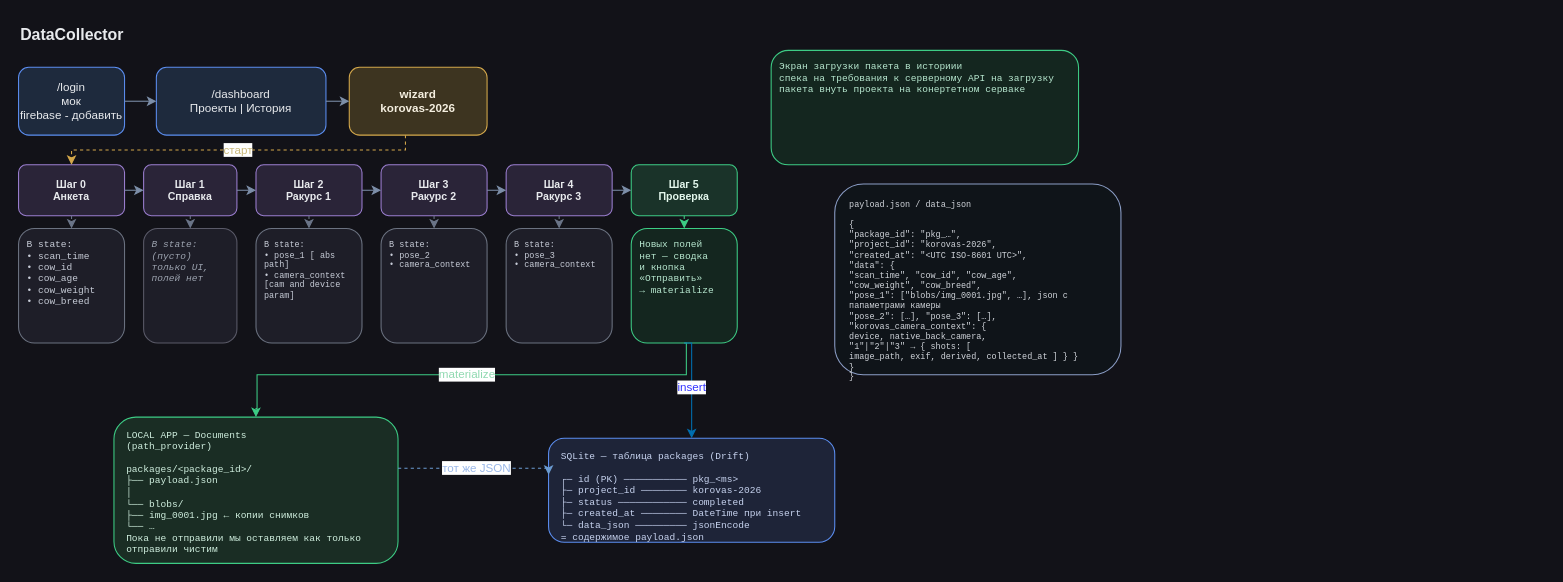
The draw.io diagram specs/korovas/v0_shema.drawio in epoch8/data-collector, before the edit. Source tidied: cells renumbered, new cells numbered last; positions are measured from the earlier drawing's top-left corner, leaving out a move shared by most shapes. Both pictures are drawn from the tidied source at 106%, with x=0, y=0 at pixel (18, 18).
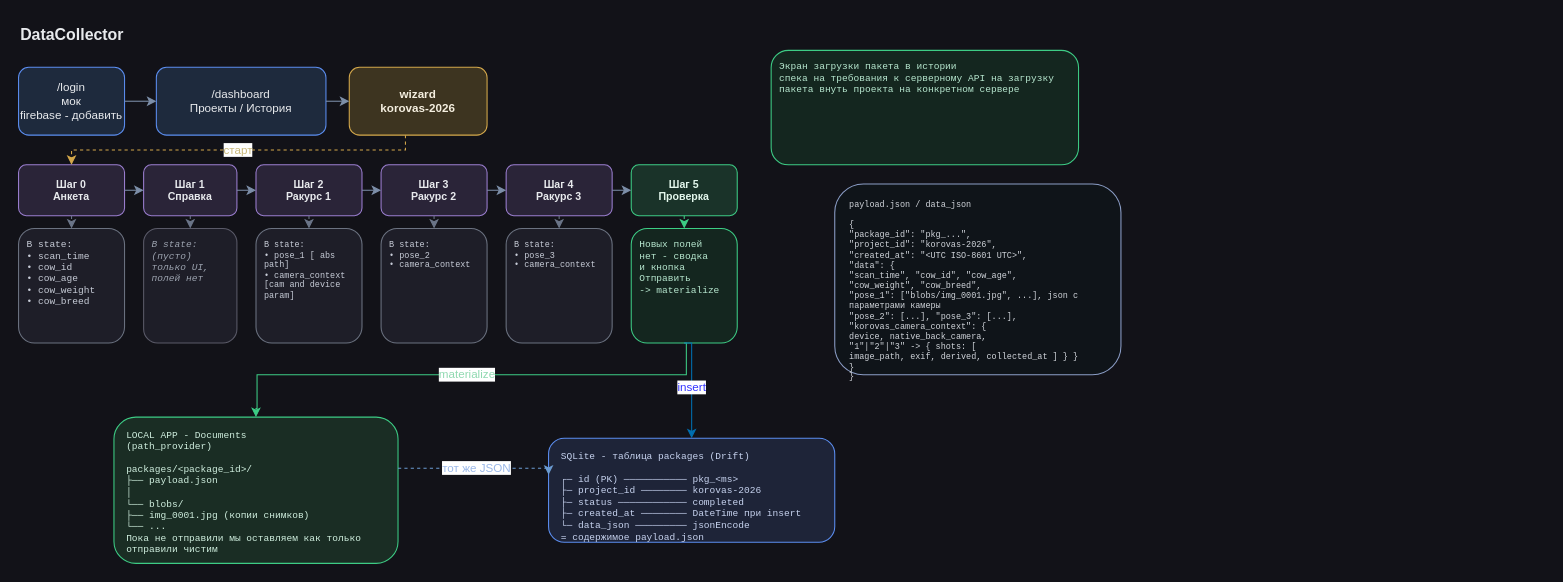
After the change.

Commit message (it also covers changes not shown here):
app v1 scheme

The edit, as a diff of the source:
```diff
@@
-    <mxCell id="4" value="/dashboard&#10;Проекты | История" style="rounded=1;whiteSpace=wrap;html=1;fillColor=#1e2a3d;strokeColor=#5B8DEF;fontColor=#E8EAED;fontSize=11;" parent="1" vertex="1">
+    <mxCell id="4" value="/dashboard&#10;Проекты / История" style="rounded=1;whiteSpace=wrap;html=1;fillColor=#1e2a3d;strokeColor=#5B8DEF;fontColor=#E8EAED;fontSize=11;" parent="1" vertex="1">
       <mxGeometry x="130" y="46" width="160" height="64" as="geometry" />
     </mxCell>
@@
-    <mxCell id="25" value="Новых полей&#10;нет — сводка&#10;и кнопка&#10;«Отправить»&#10;→ materialize" style="rounded=1;whiteSpace=wrap;html=1;align=left;verticalAlign=top;spacingLeft=6;spacingTop=4;fillColor=#14261f;strokeColor=#3DCC85;fontSize=9;fontColor=#B8E8D0;fontFamily=Courier New;" parent="1" vertex="1">
+    <mxCell id="25" value="Новых полей&#10;нет - сводка&#10;и кнопка&#10;Отправить&#10;-&gt; materialize" style="rounded=1;whiteSpace=wrap;html=1;align=left;verticalAlign=top;spacingLeft=6;spacingTop=4;fillColor=#14261f;strokeColor=#3DCC85;fontSize=9;fontColor=#B8E8D0;fontFamily=Courier New;" parent="1" vertex="1">
       <mxGeometry x="578" y="198" width="100" height="108" as="geometry" />
     </mxCell>
@@
-    <mxCell id="32" value="LOCAL APP — Documents&lt;br&gt;(path_provider)&lt;br&gt;&lt;br&gt;packages/&amp;lt;package_id&amp;gt;/&lt;br&gt;├── payload.json&lt;br&gt;│&amp;nbsp;&lt;br&gt;└── blobs/&lt;br&gt;      ├── img_0001.jpg  ← копии снимков&lt;br&gt;      └── …&lt;br&gt;Пока не отправили мы оставляем как только отправили чистим" style="rounded=1;whiteSpace=wrap;html=1;align=left;verticalAlign=top;spacingLeft=10;spacingTop=6;fillColor=#1a2d24;strokeColor=#3DCC85;fontSize=9;fontColor=#D1F0E0;fontFamily=Courier New;" parent="1" vertex="1">
+    <mxCell id="32" value="LOCAL APP - Documents&lt;br&gt;(path_provider)&lt;br&gt;&lt;br&gt;packages/&amp;lt;package_id&amp;gt;/&lt;br&gt;├── payload.json&lt;br&gt;│&amp;nbsp;&lt;br&gt;└── blobs/&lt;br&gt;      ├── img_0001.jpg (копии снимков)&lt;br&gt;      └── ...&lt;br&gt;Пока не отправили мы оставляем как только отправили чистим" style="rounded=1;whiteSpace=wrap;html=1;align=left;verticalAlign=top;spacingLeft=10;spacingTop=6;fillColor=#1a2d24;strokeColor=#3DCC85;fontSize=9;fontColor=#D1F0E0;fontFamily=Courier New;" parent="1" vertex="1">
       <mxGeometry x="90" y="376" width="268" height="138" as="geometry" />
     </mxCell>
-    <mxCell id="33" value="SQLite — таблица packages (Drift)&lt;br&gt;&lt;br&gt;┌─ id (PK) ─────────── pkg_&amp;lt;ms&amp;gt;&lt;br&gt;├─ project_id ──────── korovas-2026&lt;br&gt;├─ status ──────────── completed&lt;br&gt;├─ created_at ──────── DateTime при insert&lt;br&gt;└─ data_json ─────────&amp;nbsp;jsonEncode&lt;br&gt;       = содержимое payload.json" style="rounded=1;whiteSpace=wrap;html=1;align=left;verticalAlign=top;spacingLeft=10;spacingTop=6;fillColor=#1e2438;strokeColor=#5B8DEF;fontSize=9;fontColor=#C8D4F0;fontFamily=Courier New;" parent="1" vertex="1">
+    <mxCell id="33" value="SQLite - таблица packages (Drift)&lt;br&gt;&lt;br&gt;┌─ id (PK) ─────────── pkg_&amp;lt;ms&amp;gt;&lt;br&gt;├─ project_id ──────── korovas-2026&lt;br&gt;├─ status ──────────── completed&lt;br&gt;├─ created_at ──────── DateTime при insert&lt;br&gt;└─ data_json ─────────&amp;nbsp;jsonEncode&lt;br&gt;       = содержимое payload.json" style="rounded=1;whiteSpace=wrap;html=1;align=left;verticalAlign=top;spacingLeft=10;spacingTop=6;fillColor=#1e2438;strokeColor=#5B8DEF;fontSize=9;fontColor=#C8D4F0;fontFamily=Courier New;" parent="1" vertex="1">
       <mxGeometry x="500" y="396" width="270" height="98" as="geometry" />
     </mxCell>
-    <mxCell id="34" value="payload.json / data_json&amp;nbsp;&lt;br&gt;&lt;br&gt;{&lt;br&gt;  &quot;package_id&quot;: &quot;pkg_…&quot;,&lt;br&gt;  &quot;project_id&quot;: &quot;korovas-2026&quot;,&lt;br&gt;  &quot;created_at&quot;: &quot;&amp;lt;UTC ISO-8601 UTC&amp;gt;&quot;,&lt;br&gt;  &quot;data&quot;: {&lt;br&gt;    &quot;scan_time&quot;, &quot;cow_id&quot;, &quot;cow_age&quot;,&lt;br&gt;    &quot;cow_weight&quot;, &quot;cow_breed&quot;,&lt;br&gt;    &quot;pose_1&quot;: [&quot;blobs/img_0001.jpg&quot;, …], json c папаметрами камеры&amp;nbsp;&lt;br&gt;    &quot;pose_2&quot;: […], &quot;pose_3&quot;: […],&lt;br&gt;    &quot;korovas_camera_context&quot;: {&lt;br&gt;      device, native_back_camera,&lt;br&gt;      &quot;1&quot;|&quot;2&quot;|&quot;3&quot; → { shots: [&lt;br&gt;        image_path, exif, derived, collected_at ] } }&lt;br&gt;  }&lt;br&gt;}" style="rounded=1;whiteSpace=wrap;html=1;align=left;verticalAlign=top;spacingLeft=12;spacingTop=8;fillColor=#0f1419;strokeColor=#8B9DC6;fontSize=8;fontColor=#D1D5DB;fontFamily=Courier New;" parent="1" vertex="1">
+    <mxCell id="34" value="payload.json / data_json&amp;nbsp;&lt;br&gt;&lt;br&gt;{&lt;br&gt;  &quot;package_id&quot;: &quot;pkg_...&quot;,&lt;br&gt;  &quot;project_id&quot;: &quot;korovas-2026&quot;,&lt;br&gt;  &quot;created_at&quot;: &quot;&amp;lt;UTC ISO-8601 UTC&amp;gt;&quot;,&lt;br&gt;  &quot;data&quot;: {&lt;br&gt;    &quot;scan_time&quot;, &quot;cow_id&quot;, &quot;cow_age&quot;,&lt;br&gt;    &quot;cow_weight&quot;, &quot;cow_breed&quot;,&lt;br&gt;    &quot;pose_1&quot;: [&quot;blobs/img_0001.jpg&quot;, ...], json c параметрами камеры&amp;nbsp;&lt;br&gt;    &quot;pose_2&quot;: [...], &quot;pose_3&quot;: [...],&lt;br&gt;    &quot;korovas_camera_context&quot;: {&lt;br&gt;      device, native_back_camera,&lt;br&gt;      &quot;1&quot;|&quot;2&quot;|&quot;3&quot; -&gt; { shots: [&lt;br&gt;        image_path, exif, derived, collected_at ] } }&lt;br&gt;  }&lt;br&gt;}" style="rounded=1;whiteSpace=wrap;html=1;align=left;verticalAlign=top;spacingLeft=12;spacingTop=8;fillColor=#0f1419;strokeColor=#8B9DC6;fontSize=8;fontColor=#D1D5DB;fontFamily=Courier New;" parent="1" vertex="1">
       <mxGeometry x="770" y="156" width="270" height="180" as="geometry" />
     </mxCell>
@@
-    <mxCell id="37" value="&lt;font color=&quot;#3333ff&quot;&gt;insert&lt;/font&gt;" style="edgeStyle=orthogonalEdgeStyle;rounded=0;html=1;strokeColor=#006EAF;fontColor=#8FD9B0;endArrow=classic;exitX=0.5;exitY=1;entryX=0.5;entryY=0;exitDx=0;exitDy=0;entryDx=0;entryDy=0;fillColor=#1ba1e2;" parent="1" edge="1" source="25" target="33">
+    <mxCell id="37" value="&lt;font color=&quot;#3333ff&quot;&gt;insert&lt;/font&gt;" style="edgeStyle=orthogonalEdgeStyle;rounded=0;html=1;strokeColor=#006EAF;fontColor=#8FD9B0;endArrow=classic;exitX=0.5;exitY=1;entryX=0.5;entryY=0;exitDx=0;exitDy=0;entryDx=0;entryDy=0;" parent="1" edge="1" source="25" target="33">
       <mxGeometry relative="1" as="geometry">
         <Array as="points">
           <mxPoint x="635" y="306" />
+          <mxPoint x="635" y="386" />
+          <mxPoint x="635" y="445" />
         </Array>
       </mxGeometry>
     </mxCell>
-    <mxCell id="38" value="Экран загрузки пакета в историии&lt;br&gt;спека на требования к серверному API на загрузку пакета внуть проекта на конертетном серваке&lt;br&gt;" style="rounded=1;whiteSpace=wrap;html=1;align=left;verticalAlign=top;spacingLeft=6;spacingTop=4;fillColor=#14261f;strokeColor=#3DCC85;fontSize=9;fontColor=#B8E8D0;fontFamily=Courier New;" parent="1" vertex="1">
+    <mxCell id="38" value="Экран загрузки пакета в истории&lt;br&gt;спека на требования к серверному API на загрузку пакета внуть проекта на конкретном сервере&lt;br&gt;" style="rounded=1;whiteSpace=wrap;html=1;align=left;verticalAlign=top;spacingLeft=6;spacingTop=4;fillColor=#14261f;strokeColor=#3DCC85;fontSize=9;fontColor=#B8E8D0;fontFamily=Courier New;" parent="1" vertex="1">
       <mxGeometry x="710" y="30" width="290" height="108" as="geometry" />
     </mxCell>
```
